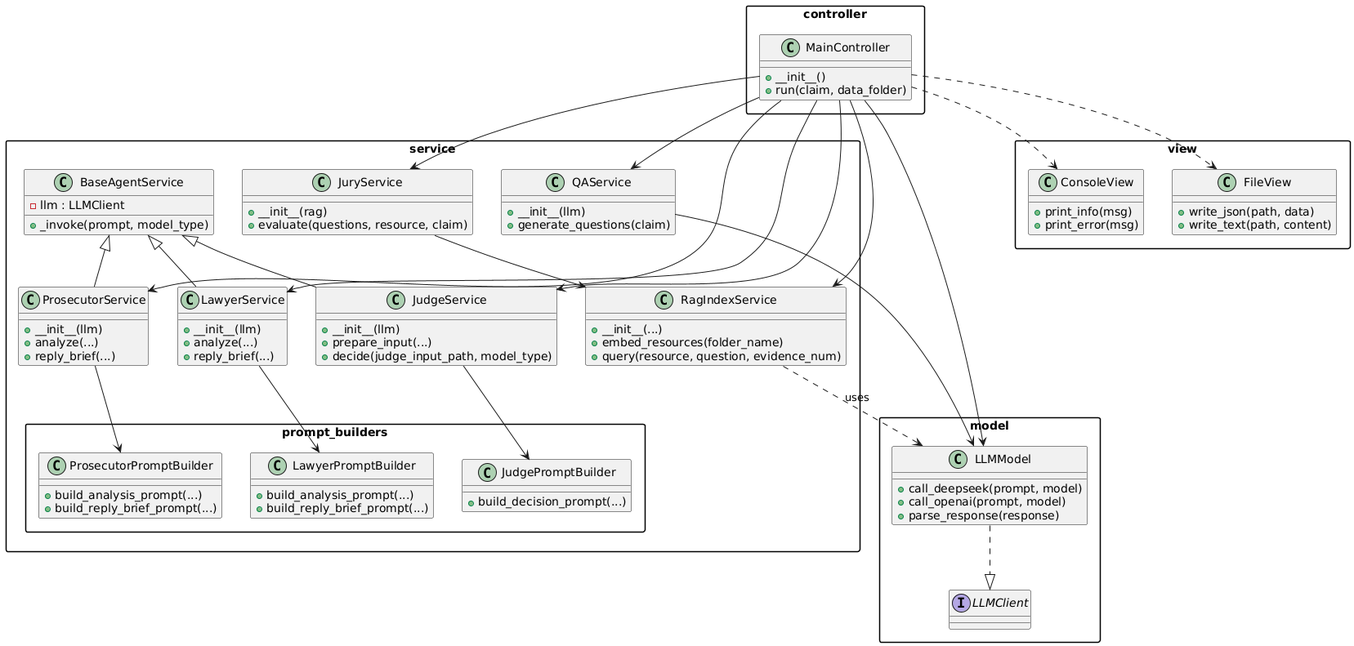
Aiden-Kwak/ClimateJudgeLLM-refact- keeps this PlantUML diagram as docs/llm_puml.png. Above is the earlier version. Its diagram source:
```plantuml
@startuml
skinparam packageStyle rect

package controller {
  class MainController {
    +__init__()
    +run(claim, data_folder)
  }
}

package model {
  interface LLMClient
  class LLMModel {
    +call_deepseek(prompt, model)
    +call_openai(prompt, model)
    +parse_response(response)
  }
  LLMModel ..|> LLMClient
}

package service {
  class BaseAgentService {
    -llm : LLMClient
    +_invoke(prompt, model_type)
  }
  class RagIndexService {
    +__init__(...)
    +embed_resources(folder_name)
    +query(resource, question, evidence_num)
  }
  class QAService {
    +__init__(llm)
    +generate_questions(claim)
  }
  class JuryService {
    +__init__(rag)
    +evaluate(questions, resource, claim)
  }
  class LawyerService {
    +__init__(llm)
    +analyze(...)
    +reply_brief(...)
  }
  class ProsecutorService {
    +__init__(llm)
    +analyze(...)
    +reply_brief(...)
  }
  class JudgeService {
    +__init__(llm)
    +prepare_input(...)
    +decide(judge_input_path, model_type)
  }

  BaseAgentService <|-- LawyerService
  BaseAgentService <|-- ProsecutorService
  BaseAgentService <|-- JudgeService

  RagIndexService ..> LLMModel : uses
  QAService --> LLMModel
  JuryService --> RagIndexService

  package prompt_builders {
    class LawyerPromptBuilder {
      +build_analysis_prompt(...)
      +build_reply_brief_prompt(...)
    }
    class ProsecutorPromptBuilder {
      +build_analysis_prompt(...)
      +build_reply_brief_prompt(...)
    }
    class JudgePromptBuilder {
      +build_decision_prompt(...)
    }
    LawyerService --> LawyerPromptBuilder
    ProsecutorService --> ProsecutorPromptBuilder
    JudgeService --> JudgePromptBuilder
  }
}

package view {
  class ConsoleView {
    +print_info(msg)
    +print_error(msg)
  }
  class FileView {
    +write_json(path, data)
    +write_text(path, content)
  }
}

MainController --> LLMModel
MainController --> RagIndexService
MainController --> QAService
MainController --> JuryService
MainController --> LawyerService
MainController --> ProsecutorService
MainController --> JudgeService
MainController ..> ConsoleView
MainController ..> FileView
@enduml
```
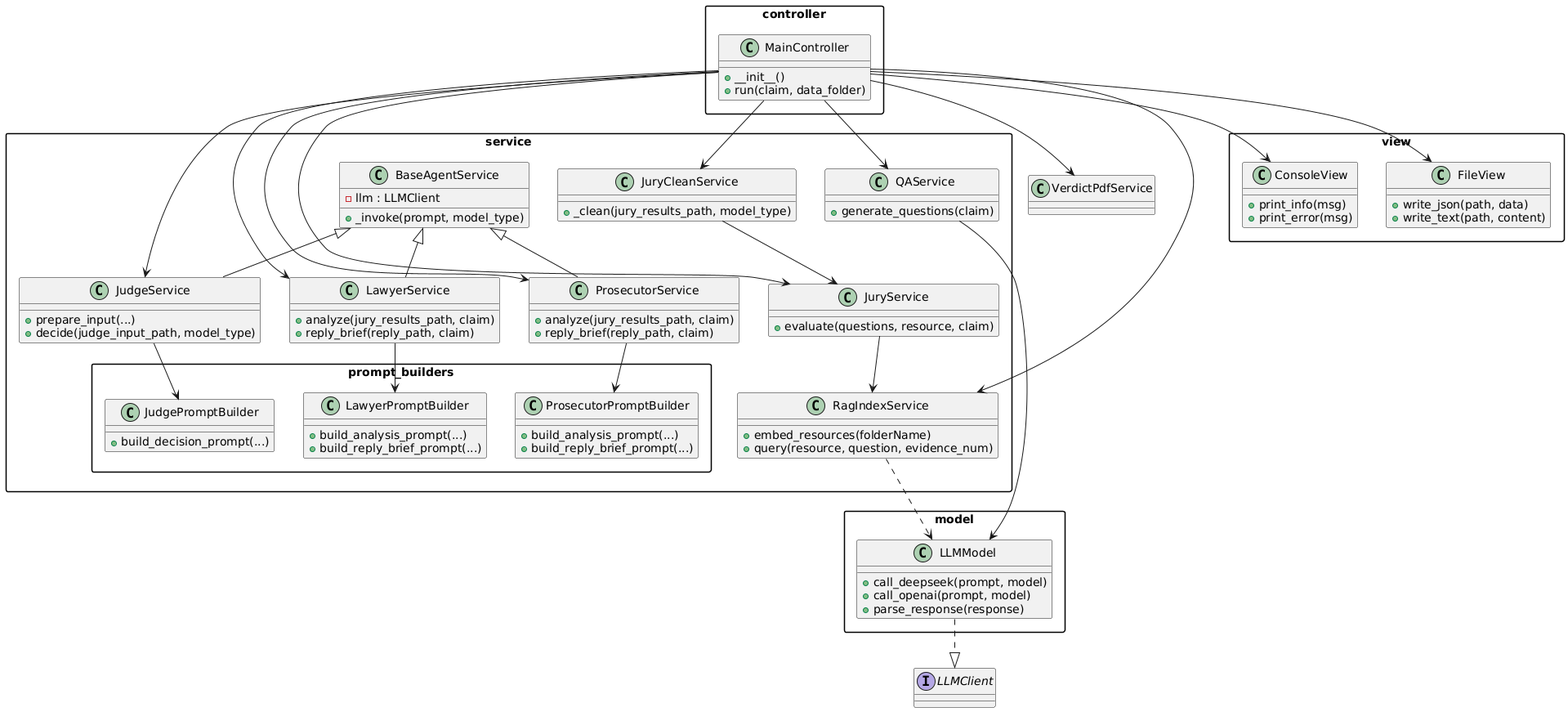
After the commit.

Commit message:
docs(README): edit uml, flow, folder structure

Change to the diagram source:
```diff
@@ -8,8 +8,9 @@
   }
 }
 
+interface LLMClient
+
 package model {
-  interface LLMClient
   class LLMModel {
     +call_deepseek(prompt, model)
     +call_openai(prompt, model)
@@ -24,30 +25,27 @@
     +_invoke(prompt, model_type)
   }
   class RagIndexService {
-    +__init__(...)
-    +embed_resources(folder_name)
+    +embed_resources(folderName)
     +query(resource, question, evidence_num)
   }
   class QAService {
-    +__init__(llm)
     +generate_questions(claim)
   }
   class JuryService {
-    +__init__(rag)
     +evaluate(questions, resource, claim)
   }
+  class JuryCleanService {
+    +_clean(jury_results_path, model_type)
+  }
   class LawyerService {
-    +__init__(llm)
-    +analyze(...)
-    +reply_brief(...)
+    +analyze(jury_results_path, claim)
+    +reply_brief(reply_path, claim)
   }
   class ProsecutorService {
-    +__init__(llm)
-    +analyze(...)
-    +reply_brief(...)
+    +analyze(jury_results_path, claim)
+    +reply_brief(reply_path, claim)
   }
   class JudgeService {
-    +__init__(llm)
     +prepare_input(...)
     +decide(judge_input_path, model_type)
   }
@@ -56,9 +54,10 @@
   BaseAgentService <|-- ProsecutorService
   BaseAgentService <|-- JudgeService
 
-  RagIndexService ..> LLMModel : uses
+  RagIndexService ..> LLMModel
   QAService --> LLMModel
   JuryService --> RagIndexService
+  JuryCleanService --> JuryService
 
   package prompt_builders {
     class LawyerPromptBuilder {
@@ -72,10 +71,10 @@
     class JudgePromptBuilder {
       +build_decision_prompt(...)
     }
-    LawyerService --> LawyerPromptBuilder
-    ProsecutorService --> ProsecutorPromptBuilder
-    JudgeService --> JudgePromptBuilder
   }
+  LawyerService --> LawyerPromptBuilder
+  ProsecutorService --> ProsecutorPromptBuilder
+  JudgeService --> JudgePromptBuilder
 }
 
 package view {
@@ -89,13 +88,14 @@
   }
 }
 
-MainController --> LLMModel
+MainController --> ConsoleView
+MainController --> FileView
+MainController --> QAService
 MainController --> RagIndexService
-MainController --> QAService
 MainController --> JuryService
+MainController --> JuryCleanService
 MainController --> LawyerService
 MainController --> ProsecutorService
 MainController --> JudgeService
-MainController ..> ConsoleView
-MainController ..> FileView
+MainController --> VerdictPdfService
 @enduml
```
